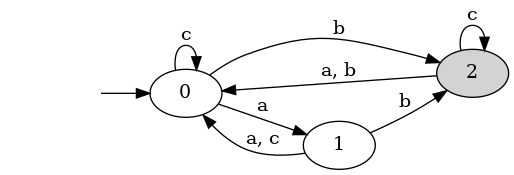
This is figures/dfa_ex.png from jorbDehmel/theory-of-computation, a Graphviz export, as it was before one commit. Its source is kept beside it as figures/dfa_ex.dot.
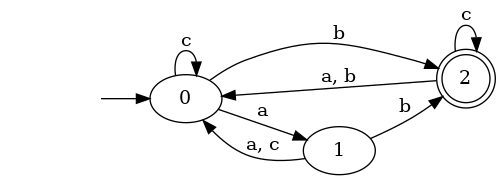
Above is the later version.

What changed in the source:
```diff
@@ -2,7 +2,7 @@
     rankdir="LR";
 
     entry [style=invis];
-    2 [style=filled];
+    2 [shape=doublecircle];
 
     entry -> 0;
     0 -> 1 [label="a"];
```
